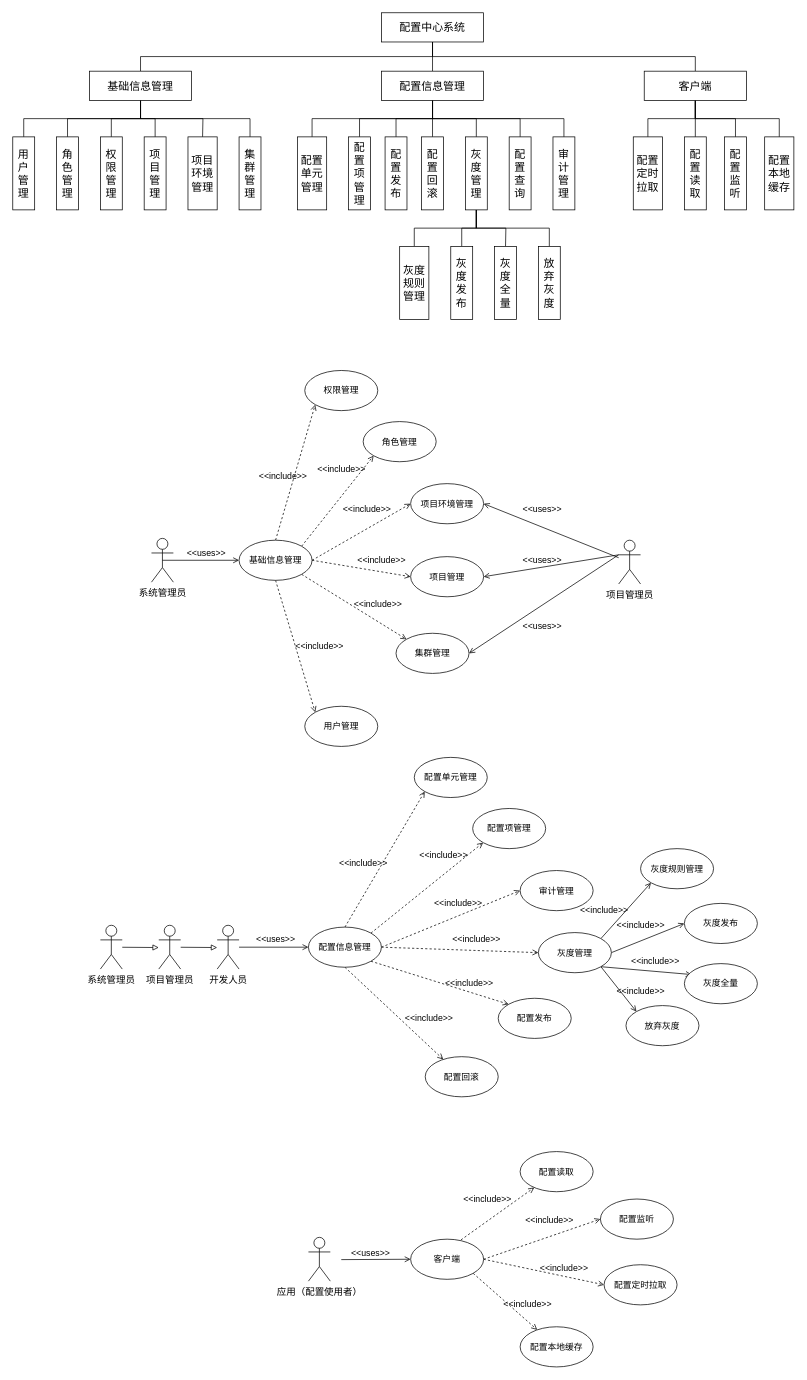
Above: page "用例图" (10 of 12) of Untitled Diagram.drawio in WWj5921/ConfigCenter (draw.io), before the change. Source tidied: cells renumbered, new cells numbered last; positions are measured from the earlier drawing's top-left corner, leaving out a move shared by most shapes. Both pictures are drawn from the tidied source at 73%, with x=0, y=0 at pixel (12, 12).
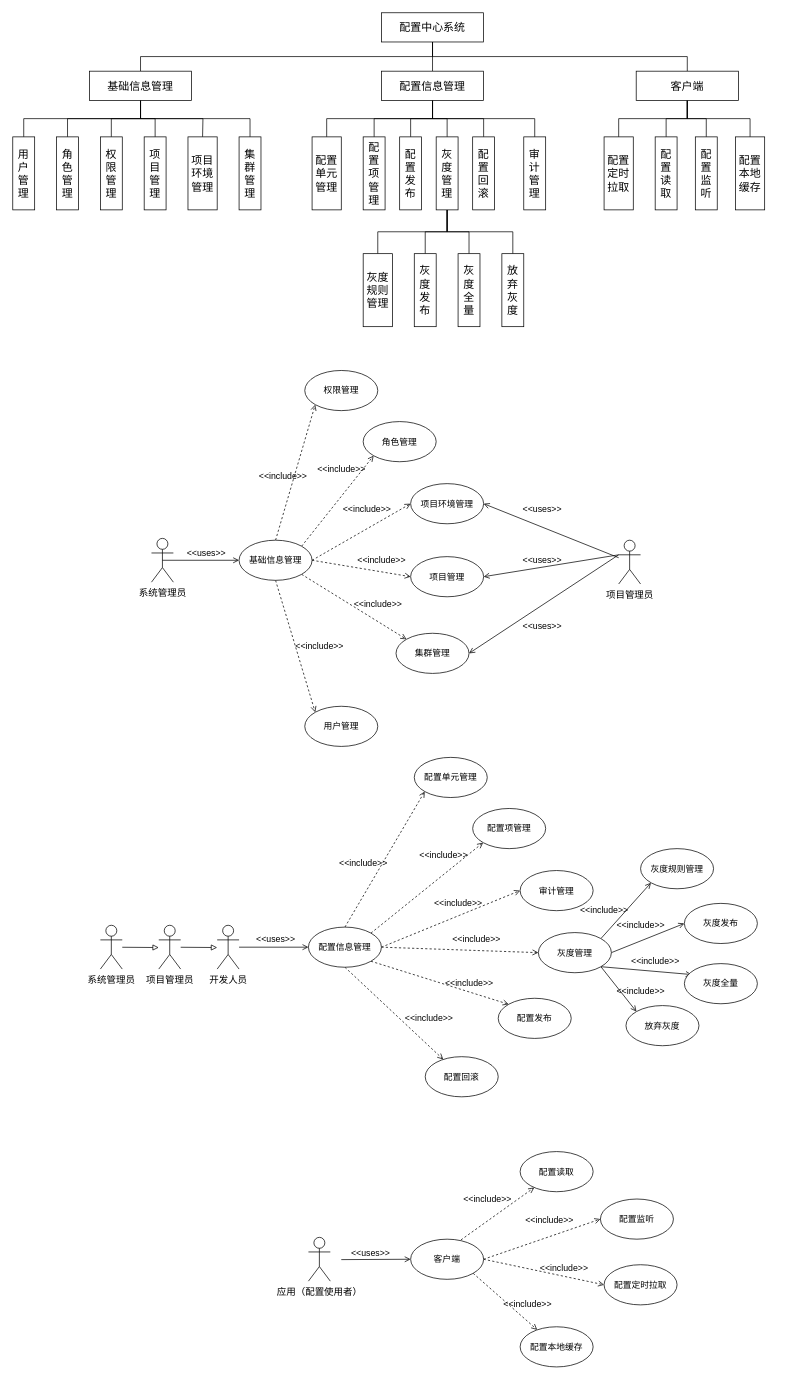
The same diagram, later.

Unchanged cells that the change refers to:
```xml
<mxCell id="20" value="配置信息管理" style="rounded=0;whiteSpace=wrap;html=1;fontSize=15;fontColor=#000000;" parent="1" vertex="1">
  <mxGeometry x="505" y="80" width="140" height="40" as="geometry" />
</mxCell>
```

The edit, as a diff of the source:
```diff
@@
-    <mxCell id="8" style="edgeStyle=orthogonalEdgeStyle;rounded=0;jettySize=auto;html=1;entryX=0.5;entryY=0;entryDx=0;entryDy=0;endArrow=none;endFill=0;" parent="1" edge="1" source="12" target="49">
-      <mxGeometry relative="1" as="geometry" />
-    </mxCell>
@@
+    <mxCell id="8" style="edgeStyle=orthogonalEdgeStyle;rounded=0;jettySize=auto;html=1;exitX=0.5;exitY=1;exitDx=0;exitDy=0;entryX=0.5;entryY=0;entryDx=0;entryDy=0;endArrow=none;endFill=0;strokeWidth=1;" parent="1" edge="1" source="12" target="49">
+      <mxGeometry relative="1" as="geometry" />
+    </mxCell>
     <mxCell id="12" value="客户端" style="rounded=0;whiteSpace=wrap;html=1;fontSize=15;fontColor=#000000;" parent="1" vertex="1">
-      <mxGeometry x="865" y="80" width="140" height="40" as="geometry" />
+      <mxGeometry x="854" y="80" width="140" height="40" as="geometry" />
     </mxCell>
@@
-    <mxCell id="18" style="edgeStyle=orthogonalEdgeStyle;rounded=0;jettySize=auto;html=1;exitX=0.5;exitY=1;exitDx=0;exitDy=0;endArrow=none;endFill=0;" parent="1" edge="1" source="20" target="44">
-      <mxGeometry relative="1" as="geometry" />
-    </mxCell>
@@
     <mxCell id="33" value="配置单元管理" style="rounded=0;whiteSpace=wrap;html=1;fontSize=15;fontColor=#000000;" parent="1" vertex="1">
-      <mxGeometry x="390" y="170" width="40" height="100" as="geometry" />
+      <mxGeometry x="410" y="170" width="40" height="100" as="geometry" />
     </mxCell>
     <mxCell id="34" value="配置项管理" style="rounded=0;whiteSpace=wrap;html=1;fontSize=15;fontColor=#000000;" parent="1" vertex="1">
-      <mxGeometry x="460" y="170" width="30" height="100" as="geometry" />
+      <mxGeometry x="480" y="170" width="30" height="100" as="geometry" />
     </mxCell>
@@
     <mxCell id="36" value="配置发布" style="rounded=0;whiteSpace=wrap;html=1;fontSize=15;fontColor=#000000;" parent="1" vertex="1">
-      <mxGeometry x="510" y="170" width="30" height="100" as="geometry" />
+      <mxGeometry x="530" y="170" width="30" height="100" as="geometry" />
     </mxCell>
     <mxCell id="37" value="审计管理" style="rounded=0;whiteSpace=wrap;html=1;fontSize=15;fontColor=#000000;" parent="1" vertex="1">
-      <mxGeometry x="740" y="170" width="30" height="100" as="geometry" />
+      <mxGeometry x="700" y="170" width="30" height="100" as="geometry" />
     </mxCell>
     <mxCell id="38" value="配置回滚" style="rounded=0;whiteSpace=wrap;html=1;fontSize=15;fontColor=#000000;" parent="1" vertex="1">
-      <mxGeometry x="560" y="170" width="30" height="100" as="geometry" />
+      <mxGeometry x="630" y="170" width="30" height="100" as="geometry" />
     </mxCell>
@@
+    <mxCell id="42" style="edgeStyle=orthogonalEdgeStyle;rounded=0;jettySize=auto;html=1;entryX=0.5;entryY=0;entryDx=0;entryDy=0;exitX=0.5;exitY=1;exitDx=0;exitDy=0;endArrow=none;endFill=0;" parent="1" edge="1" source="43" target="45">
+      <mxGeometry relative="1" as="geometry" />
+    </mxCell>
+    <mxCell id="134" style="edgeStyle=orthogonalEdgeStyle;rounded=0;jettySize=auto;html=1;exitX=0.5;exitY=1;exitDx=0;exitDy=0;entryX=0.5;entryY=0;entryDx=0;entryDy=0;endArrow=none;endFill=0;strokeWidth=1;" parent="1" edge="1" source="43" target="46">
+      <mxGeometry relative="1" as="geometry" />
+    </mxCell>
-    <mxCell id="40" style="edgeStyle=orthogonalEdgeStyle;rounded=0;jettySize=auto;html=1;entryX=0.5;entryY=0;entryDx=0;entryDy=0;endArrow=none;endFill=0;" parent="1" edge="1" source="43" target="47">
+    <mxCell id="40" style="edgeStyle=orthogonalEdgeStyle;rounded=0;jettySize=auto;html=1;exitX=0.5;exitY=1;exitDx=0;exitDy=0;entryX=0.5;entryY=0;entryDx=0;entryDy=0;endArrow=none;endFill=0;strokeWidth=1;" parent="1" edge="1" source="43" target="47">
       <mxGeometry relative="1" as="geometry" />
     </mxCell>
-    <mxCell id="41" style="edgeStyle=orthogonalEdgeStyle;rounded=0;jettySize=auto;html=1;exitX=0.5;exitY=1;exitDx=0;exitDy=0;endArrow=none;endFill=0;" parent="1" edge="1" source="43">
-      <mxGeometry relative="1" as="geometry">
-        <mxPoint x="675" y="320" as="targetPoint" />
-      </mxGeometry>
-    </mxCell>
-    <mxCell id="42" style="edgeStyle=orthogonalEdgeStyle;rounded=0;jettySize=auto;html=1;entryX=0.5;entryY=0;entryDx=0;entryDy=0;exitX=0.5;exitY=1;exitDx=0;exitDy=0;endArrow=none;endFill=0;" parent="1" edge="1" source="43" target="45">
-      <mxGeometry relative="1" as="geometry" />
-    </mxCell>
     <mxCell id="43" value="灰度管理" style="rounded=0;whiteSpace=wrap;html=1;fontSize=15;fontColor=#000000;" parent="1" vertex="1">
-      <mxGeometry x="620" y="170" width="30" height="100" as="geometry" />
+      <mxGeometry x="580" y="170" width="30" height="100" as="geometry" />
     </mxCell>
-    <mxCell id="44" value="配置查询" style="rounded=0;whiteSpace=wrap;html=1;fontSize=15;fontColor=#000000;" parent="1" vertex="1">
-      <mxGeometry x="680" y="170" width="30" height="100" as="geometry" />
-    </mxCell>
     <mxCell id="45" value="放弃灰度" style="rounded=0;whiteSpace=wrap;html=1;fontSize=15;fontColor=#000000;" parent="1" vertex="1">
-      <mxGeometry x="720" y="320" width="30" height="100" as="geometry" />
+      <mxGeometry x="670" y="330" width="30" height="100" as="geometry" />
     </mxCell>
     <mxCell id="46" value="灰度全量" style="rounded=0;whiteSpace=wrap;html=1;fontSize=15;fontColor=#000000;" parent="1" vertex="1">
-      <mxGeometry x="660" y="320" width="30" height="100" as="geometry" />
+      <mxGeometry x="610" y="330" width="30" height="100" as="geometry" />
     </mxCell>
     <mxCell id="47" value="灰度发布" style="rounded=0;whiteSpace=wrap;html=1;fontSize=15;fontColor=#000000;" parent="1" vertex="1">
-      <mxGeometry x="600" y="320" width="30" height="100" as="geometry" />
+      <mxGeometry x="550" y="330" width="30" height="100" as="geometry" />
     </mxCell>
     <mxCell id="48" value="灰度规则管理" style="rounded=0;whiteSpace=wrap;html=1;fontSize=15;fontColor=#000000;" parent="1" vertex="1">
-      <mxGeometry x="530" y="320" width="40" height="100" as="geometry" />
+      <mxGeometry x="480" y="330" width="40" height="100" as="geometry" />
     </mxCell>
     <mxCell id="49" value="配置定时拉取" style="rounded=0;whiteSpace=wrap;html=1;fontSize=15;fontColor=#000000;" parent="1" vertex="1">
-      <mxGeometry x="850" y="170" width="40" height="100" as="geometry" />
+      <mxGeometry x="810" y="170" width="40" height="100" as="geometry" />
     </mxCell>
     <mxCell id="50" value="配置读取" style="rounded=0;whiteSpace=wrap;html=1;fontSize=15;fontColor=#000000;" parent="1" vertex="1">
-      <mxGeometry x="920" y="170" width="30" height="100" as="geometry" />
+      <mxGeometry x="880" y="170" width="30" height="100" as="geometry" />
     </mxCell>
     <mxCell id="51" value="配置本地缓存" style="rounded=0;whiteSpace=wrap;html=1;fontSize=15;fontColor=#000000;" parent="1" vertex="1">
-      <mxGeometry x="1030" y="170" width="40" height="100" as="geometry" />
+      <mxGeometry x="990" y="170" width="40" height="100" as="geometry" />
     </mxCell>
@@
     <mxCell id="121" value="配置监听" style="rounded=0;whiteSpace=wrap;html=1;fontSize=15;fontColor=#000000;" parent="1" vertex="1">
-      <mxGeometry x="975" y="170" width="30" height="100" as="geometry" />
+      <mxGeometry x="935" y="170" width="30" height="100" as="geometry" />
     </mxCell>
```
